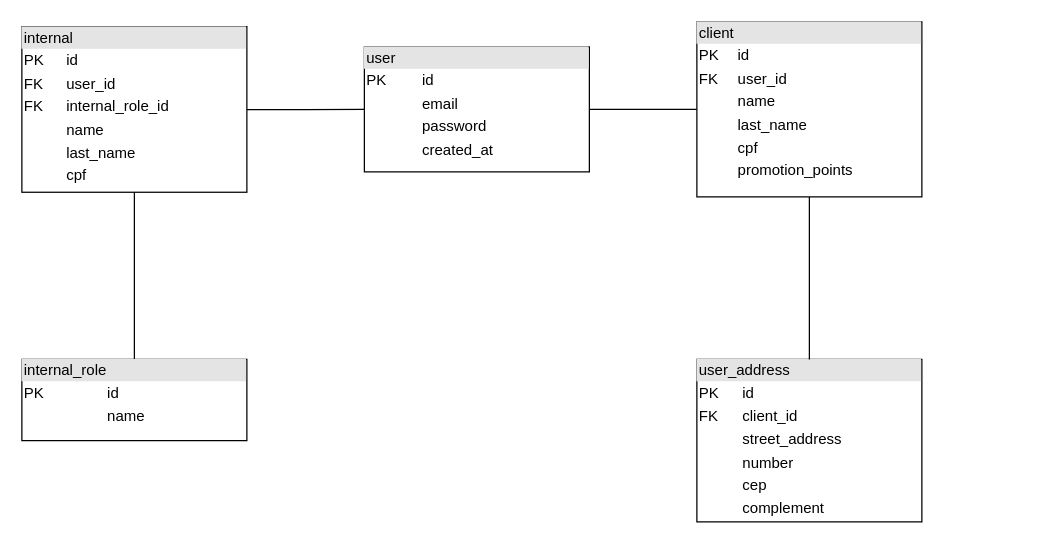
The draw.io diagram page "User" (3 of 5) of docs/data-modeling/data_modeling.drawio in doda-s/nippon-ten, before the edit. Source tidied: cells renumbered, new cells numbered last; positions are measured from the earlier drawing's top-left corner, leaving out a move shared by most shapes. Both pictures are drawn from the tidied source at 125%, with x=0, y=0 at pixel (21, 21).
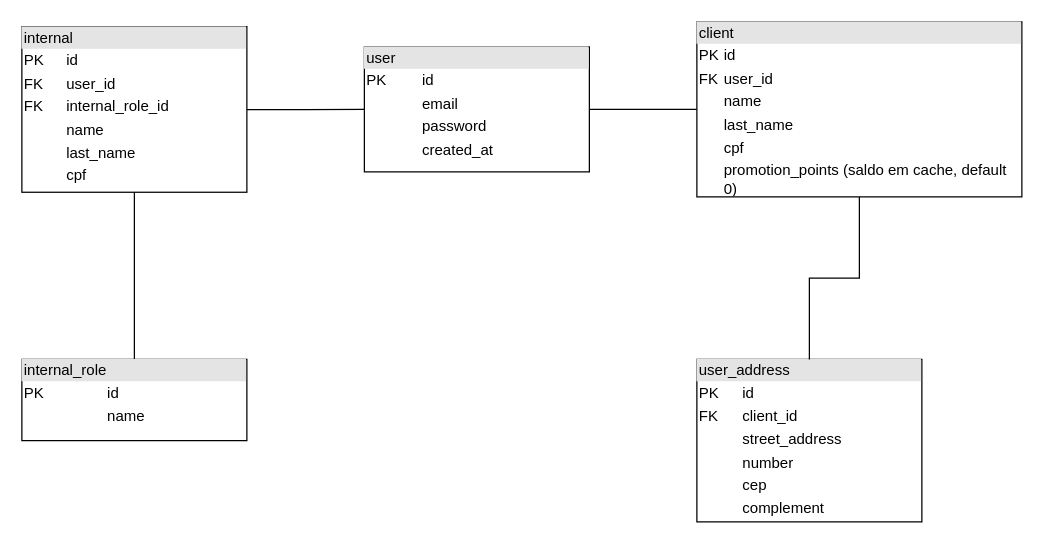
The same page after the edit.

What changed in the source:
```diff
@@
 <mxGraphModel>
   <root>
     <mxCell id="0" />
     <mxCell id="1" parent="0" />
     <mxCell id="2" value="&lt;div style=&quot;box-sizing: border-box; width: 100%; background: rgb(228, 228, 228); padding: 2px;&quot;&gt;user&lt;/div&gt;&lt;table style=&quot;width:100%;font-size:1em;&quot; cellpadding=&quot;2&quot; cellspacing=&quot;0&quot;&gt;&lt;tbody&gt;&lt;tr&gt;&lt;td&gt;PK&lt;/td&gt;&lt;td&gt;id&lt;/td&gt;&lt;/tr&gt;&lt;tr&gt;&lt;td&gt;&lt;br&gt;&lt;/td&gt;&lt;td&gt;email&lt;/td&gt;&lt;/tr&gt;&lt;tr&gt;&lt;td&gt;&lt;br&gt;&lt;/td&gt;&lt;td&gt;password&lt;br&gt;&lt;/td&gt;&lt;/tr&gt;&lt;tr&gt;&lt;td&gt;&lt;br&gt;&lt;/td&gt;&lt;td&gt;created_at&lt;/td&gt;&lt;/tr&gt;&lt;/tbody&gt;&lt;/table&gt;" style="verticalAlign=top;align=left;overflow=fill;html=1;whiteSpace=wrap;" parent="1" vertex="1">
       <mxGeometry x="274" y="20" width="180" height="100" as="geometry" />
     </mxCell>
     <mxCell id="3" value="&lt;div style=&quot;box-sizing: border-box; width: 100%; background: rgb(228, 228, 228); padding: 2px;&quot;&gt;user_address&lt;/div&gt;&lt;table style=&quot;width:100%;font-size:1em;&quot; cellpadding=&quot;2&quot; cellspacing=&quot;0&quot;&gt;&lt;tbody&gt;&lt;tr&gt;&lt;td&gt;PK&lt;/td&gt;&lt;td&gt;id&lt;/td&gt;&lt;/tr&gt;&lt;tr&gt;&lt;td&gt;FK&lt;/td&gt;&lt;td&gt;client_id&lt;/td&gt;&lt;/tr&gt;&lt;tr&gt;&lt;td&gt;&lt;/td&gt;&lt;td&gt;street_address&lt;/td&gt;&lt;/tr&gt;&lt;tr&gt;&lt;td&gt;&lt;br&gt;&lt;/td&gt;&lt;td&gt;number&lt;/td&gt;&lt;/tr&gt;&lt;tr&gt;&lt;td&gt;&lt;br&gt;&lt;/td&gt;&lt;td&gt;cep&lt;/td&gt;&lt;/tr&gt;&lt;tr&gt;&lt;td&gt;&lt;br&gt;&lt;/td&gt;&lt;td&gt;complement&lt;/td&gt;&lt;/tr&gt;&lt;/tbody&gt;&lt;/table&gt;" style="verticalAlign=top;align=left;overflow=fill;html=1;whiteSpace=wrap;" parent="1" vertex="1">
       <mxGeometry x="540" y="270" width="180" height="130" as="geometry" />
     </mxCell>
     <mxCell id="4" style="edgeStyle=orthogonalEdgeStyle;rounded=0;jettySize=auto;html=1;entryX=0;entryY=0.5;entryDx=0;entryDy=0;endArrow=none;endFill=0;" parent="1" edge="1" source="6" target="2">
       <mxGeometry relative="1" as="geometry" />
     </mxCell>
     <mxCell id="5" style="edgeStyle=orthogonalEdgeStyle;rounded=0;jettySize=auto;html=1;entryX=0.5;entryY=0;entryDx=0;entryDy=0;endArrow=none;endFill=0;" parent="1" edge="1" source="6" target="7">
       <mxGeometry relative="1" as="geometry" />
     </mxCell>
     <mxCell id="6" value="&lt;div style=&quot;box-sizing: border-box; width: 100%; background: rgb(228, 228, 228); padding: 2px;&quot;&gt;internal&lt;/div&gt;&lt;table style=&quot;width:100%;font-size:1em;&quot; cellpadding=&quot;2&quot; cellspacing=&quot;0&quot;&gt;&lt;tbody&gt;&lt;tr&gt;&lt;td&gt;PK&lt;/td&gt;&lt;td&gt;id&lt;/td&gt;&lt;/tr&gt;&lt;tr&gt;&lt;td&gt;FK&lt;/td&gt;&lt;td&gt;user_id&lt;/td&gt;&lt;/tr&gt;&lt;tr&gt;&lt;td&gt;FK&lt;/td&gt;&lt;td&gt;internal_role_id&lt;/td&gt;&lt;/tr&gt;&lt;tr&gt;&lt;td&gt;&lt;br&gt;&lt;/td&gt;&lt;td&gt;name&lt;/td&gt;&lt;/tr&gt;&lt;tr&gt;&lt;td&gt;&lt;br&gt;&lt;/td&gt;&lt;td&gt;last_name&lt;/td&gt;&lt;/tr&gt;&lt;tr&gt;&lt;td&gt;&lt;br&gt;&lt;/td&gt;&lt;td&gt;cpf&lt;/td&gt;&lt;/tr&gt;&lt;/tbody&gt;&lt;/table&gt;" style="verticalAlign=top;align=left;overflow=fill;html=1;whiteSpace=wrap;" parent="1" vertex="1">
       <mxGeometry y="3.8" width="180" height="132.5" as="geometry" />
     </mxCell>
     <mxCell id="7" value="&lt;div style=&quot;box-sizing: border-box; width: 100%; background: rgb(228, 228, 228); padding: 2px;&quot;&gt;internal_role&lt;/div&gt;&lt;table style=&quot;width:100%;font-size:1em;&quot; cellpadding=&quot;2&quot; cellspacing=&quot;0&quot;&gt;&lt;tbody&gt;&lt;tr&gt;&lt;td&gt;PK&lt;/td&gt;&lt;td&gt;id&lt;/td&gt;&lt;/tr&gt;&lt;tr&gt;&lt;td&gt;&lt;br&gt;&lt;/td&gt;&lt;td&gt;name&lt;/td&gt;&lt;/tr&gt;&lt;/tbody&gt;&lt;/table&gt;" style="verticalAlign=top;align=left;overflow=fill;html=1;whiteSpace=wrap;" parent="1" vertex="1">
       <mxGeometry y="270" width="180" height="65" as="geometry" />
     </mxCell>
     <mxCell id="8" style="edgeStyle=orthogonalEdgeStyle;rounded=0;jettySize=auto;html=1;entryX=0.5;entryY=0;entryDx=0;entryDy=0;endArrow=none;endFill=0;" parent="1" edge="1" source="10" target="3">
       <mxGeometry relative="1" as="geometry" />
     </mxCell>
     <mxCell id="9" style="edgeStyle=orthogonalEdgeStyle;rounded=0;jettySize=auto;html=1;entryX=1;entryY=0.5;entryDx=0;entryDy=0;endArrow=none;endFill=0;" parent="1" edge="1" source="10" target="2">
       <mxGeometry relative="1" as="geometry" />
     </mxCell>
-    <mxCell id="10" value="&lt;div style=&quot;box-sizing: border-box; width: 100%; background: rgb(228, 228, 228); padding: 2px;&quot;&gt;client&lt;/div&gt;&lt;table style=&quot;width:100%;font-size:1em;&quot; cellpadding=&quot;2&quot; cellspacing=&quot;0&quot;&gt;&lt;tbody&gt;&lt;tr&gt;&lt;td&gt;PK&lt;/td&gt;&lt;td&gt;id&lt;/td&gt;&lt;/tr&gt;&lt;tr&gt;&lt;td&gt;FK&lt;/td&gt;&lt;td&gt;user_id&lt;/td&gt;&lt;/tr&gt;&lt;tr&gt;&lt;td&gt;&lt;br&gt;&lt;/td&gt;&lt;td&gt;name&lt;/td&gt;&lt;/tr&gt;&lt;tr&gt;&lt;td&gt;&lt;br&gt;&lt;/td&gt;&lt;td&gt;last_name&lt;/td&gt;&lt;/tr&gt;&lt;tr&gt;&lt;td&gt;&lt;br&gt;&lt;/td&gt;&lt;td&gt;cpf&lt;/td&gt;&lt;/tr&gt;&lt;tr&gt;&lt;td&gt;&lt;br&gt;&lt;/td&gt;&lt;td&gt;promotion_points&lt;/td&gt;&lt;/tr&gt;&lt;/tbody&gt;&lt;/table&gt;" style="verticalAlign=top;align=left;overflow=fill;html=1;whiteSpace=wrap;" parent="1" vertex="1">
-      <mxGeometry x="540" width="180" height="140" as="geometry" />
+    <mxCell id="10" value="&lt;div style=&quot;box-sizing: border-box; width: 100%; background: rgb(228, 228, 228); padding: 2px;&quot;&gt;client&lt;/div&gt;&lt;table style=&quot;width:100%;font-size:1em;&quot; cellpadding=&quot;2&quot; cellspacing=&quot;0&quot;&gt;&lt;tbody&gt;&lt;tr&gt;&lt;td&gt;PK&lt;/td&gt;&lt;td&gt;id&lt;/td&gt;&lt;/tr&gt;&lt;tr&gt;&lt;td&gt;FK&lt;/td&gt;&lt;td&gt;user_id&lt;/td&gt;&lt;/tr&gt;&lt;tr&gt;&lt;td&gt;&lt;br&gt;&lt;/td&gt;&lt;td&gt;name&lt;/td&gt;&lt;/tr&gt;&lt;tr&gt;&lt;td&gt;&lt;br&gt;&lt;/td&gt;&lt;td&gt;last_name&lt;/td&gt;&lt;/tr&gt;&lt;tr&gt;&lt;td&gt;&lt;br&gt;&lt;/td&gt;&lt;td&gt;cpf&lt;/td&gt;&lt;/tr&gt;&lt;tr&gt;&lt;td&gt;&lt;br&gt;&lt;/td&gt;&lt;td&gt;promotion_points (saldo em cache, default 0)&lt;/td&gt;&lt;/tr&gt;&lt;/tbody&gt;&lt;/table&gt;" style="verticalAlign=top;align=left;overflow=fill;html=1;whiteSpace=wrap;" parent="1" vertex="1">
+      <mxGeometry x="540" width="260" height="140" as="geometry" />
     </mxCell>
   </root>
 </mxGraphModel>
```
